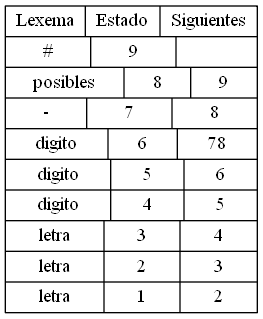
Above: SIGUIENTES_201700733/ListaSig1.png in ByLy23/Regexitive-AFD-converter (Graphviz), before the change. Its source is kept beside it as Dot/ListaSig1.dot. Its diagram source:
```dot
digraph ListaSiguientes{
rankdir=LR
node[shape= record];
cabeza[label="{Lexema | Estado | Siguientes}| {# |9|{}}| {posibles |8|{9}}| {- |7|{8}}| {digito |6|{78}}| {digito |5|{6}}| {digito |4|{5}}| {letra |3|{4}}| {letra |2|{3}}| {letra |1|{2}}"];

}
```
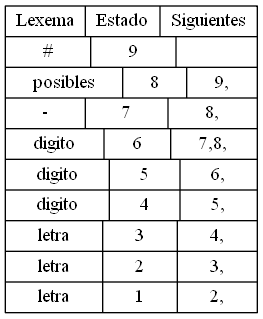
The same file after the commit.

What changed in the source:
```diff
@@ -1,6 +1,6 @@
 digraph ListaSiguientes{
 rankdir=LR
-node[shape= record];
-cabeza[label="{Lexema | Estado | Siguientes}| {# |9|{}}| {posibles |8|{9}}| {- |7|{8}}| {digito |6|{78}}| {digito |5|{6}}| {digito |4|{5}}| {letra |3|{4}}| {letra |2|{3}}| {letra |1|{2}}"];
+node[shape= record width=1 height=1];
+cabeza[label="{Lexema | Estado | Siguientes}| {# |9|{}}| {posibles |8|{9,}}| {- |7|{8,}}| {digito |6|{7,8,}}| {digito |5|{6,}}| {digito |4|{5,}}| {letra |3|{4,}}| {letra |2|{3,}}| {letra |1|{2,}}"];
 
 }
```
